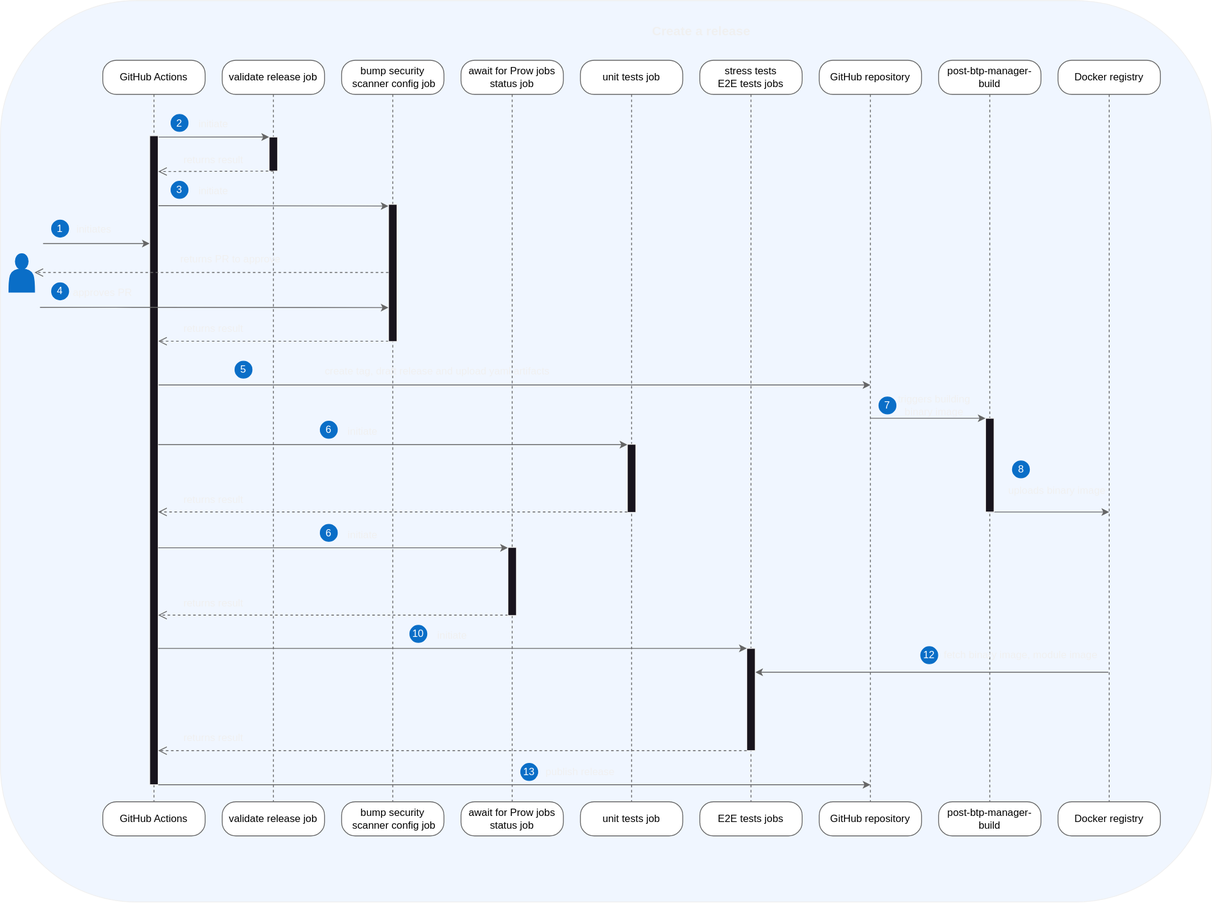
Earlier version of the draw.io export docs/assets/release.svg (kyma-project/btp-manager). Source tidied: cells renumbered, new cells last; positions are measured from the earlier drawing's top-left corner, leaving out a move shared by most shapes.
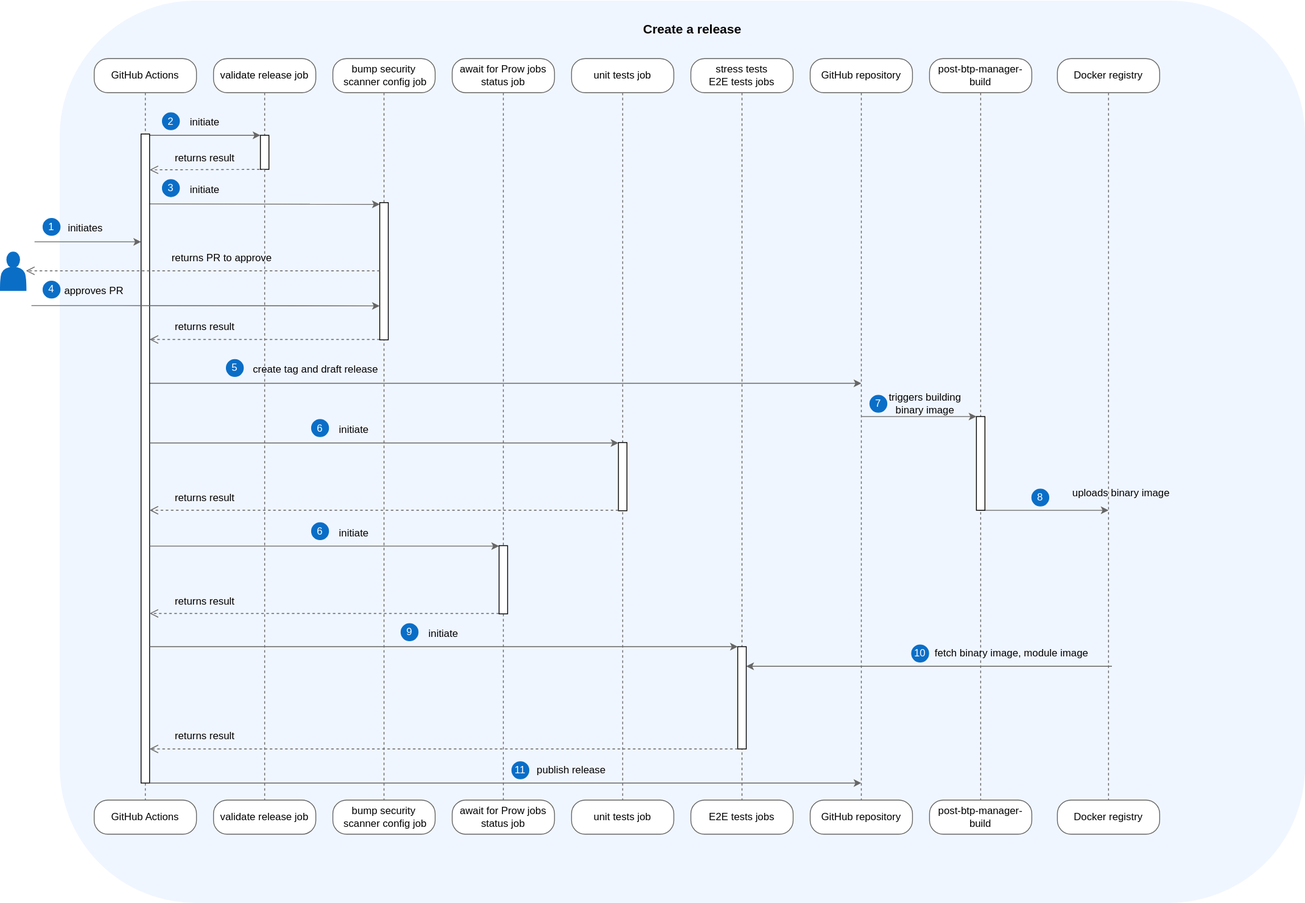
After the commit.

Change to the diagram source:
```diff
@@ -2,8 +2,8 @@
   <root>
     <mxCell id="0" />
     <mxCell id="1" parent="0" />
-    <mxCell id="2" style="rounded=1;whiteSpace=wrap;html=1;verticalAlign=bottom;fillColor=#f0f6ff;" parent="1" vertex="1">
-      <mxGeometry width="1420" height="1057.5" as="geometry" />
+    <mxCell id="2" style="rounded=1;whiteSpace=wrap;html=1;fillColor=#f0f6ff;strokeColor=#f0f6ff;verticalAlign=bottom;" parent="1" vertex="1">
+      <mxGeometry x="80" y="2.5" width="1460" height="1057.5" as="geometry" />
     </mxCell>
     <mxCell id="3" style="edgeStyle=orthogonalEdgeStyle;html=1;verticalAlign=bottom;endArrow=none;endSize=8;strokeColor=#666666;rounded=1;endFill=0;dashed=1;entryX=0.5;entryY=0;entryDx=0;entryDy=0;" parent="1" edge="1" source="7" target="8">
       <mxGeometry relative="1" as="geometry" />
@@ -48,10 +48,10 @@
       <mxGeometry x="1100" y="940" width="120" height="40" as="geometry" />
     </mxCell>
     <mxCell id="17" value="Docker registry" style="rounded=1;whiteSpace=wrap;html=1;arcSize=40;fontColor=#000000;fillColor=#FFFFFF;strokeColor=#666666;" parent="1" vertex="1">
-      <mxGeometry x="1240" y="70" width="120" height="40" as="geometry" />
+      <mxGeometry x="1250" y="70" width="120" height="40" as="geometry" />
     </mxCell>
     <mxCell id="18" value="Docker registry" style="rounded=1;whiteSpace=wrap;html=1;arcSize=40;fontColor=#000000;fillColor=#FFFFFF;strokeColor=#666666;" parent="1" vertex="1">
-      <mxGeometry x="1240" y="940" width="120" height="40" as="geometry" />
+      <mxGeometry x="1250" y="940" width="120" height="40" as="geometry" />
     </mxCell>
     <mxCell id="19" style="edgeStyle=elbowEdgeStyle;rounded=1;jettySize=auto;html=1;elbow=vertical;strokeColor=#666666;" parent="1" edge="1" target="42">
       <mxGeometry relative="1" as="geometry">
@@ -79,7 +79,7 @@
     <mxCell id="23" style="edgeStyle=elbowEdgeStyle;rounded=1;orthogonalLoop=1;jettySize=auto;html=1;elbow=vertical;strokeColor=#666666;" parent="1" edge="1">
       <mxGeometry relative="1" as="geometry">
         <mxPoint x="1157.5" y="600" as="sourcePoint" />
-        <mxPoint x="1300" y="600" as="targetPoint" />
+        <mxPoint x="1310" y="600" as="targetPoint" />
       </mxGeometry>
     </mxCell>
     <mxCell id="24" style="html=1;points=[];perimeter=orthogonalPerimeter;outlineConnect=0;targetShapes=umlLifeline;portConstraint=eastwest;newEdgeStyle={&quot;edgeStyle&quot;:&quot;elbowEdgeStyle&quot;,&quot;elbow&quot;:&quot;vertical&quot;,&quot;curved&quot;:0,&quot;rounded&quot;:0};" parent="1" vertex="1">
@@ -96,7 +96,7 @@
     <mxCell id="26" value="triggers building binary image" style="text;html=1;strokeColor=none;fillColor=none;align=center;verticalAlign=middle;whiteSpace=wrap;rounded=0;" parent="1" vertex="1">
       <mxGeometry x="1040" y="460" width="110" height="30" as="geometry" />
     </mxCell>
-    <mxCell id="27" style="edgeStyle=elbowEdgeStyle;rounded=1;jettySize=auto;html=1;elbow=vertical;strokeColor=#666666;exitX=0.936;exitY=1.167;exitDx=0;exitDy=0;exitPerimeter=0;" parent="1" edge="1" source="31" target="76">
+    <mxCell id="27" style="edgeStyle=elbowEdgeStyle;rounded=1;jettySize=auto;html=1;elbow=vertical;strokeColor=#666666;exitX=1;exitY=1;exitDx=0;exitDy=0;" parent="1" edge="1" source="31" target="76">
       <mxGeometry relative="1" as="geometry" />
     </mxCell>
     <mxCell id="28" style="edgeStyle=elbowEdgeStyle;rounded=1;jettySize=auto;html=1;elbow=vertical;strokeColor=#666666;" parent="1" edge="1" target="50">
@@ -113,20 +113,15 @@
       </mxGeometry>
     </mxCell>
     <mxCell id="30" style="edgeStyle=orthogonalEdgeStyle;html=1;verticalAlign=bottom;endArrow=none;endSize=8;strokeColor=#666666;rounded=1;entryDx=0;entryDy=0;endFill=0;dashed=1;entryX=0.5;entryY=0;exitX=0.5;exitY=1;exitDx=0;exitDy=0;" parent="1" edge="1" source="17" target="18">
-      <mxGeometry relative="1" as="geometry">
-        <Array as="points">
-          <mxPoint x="1300" y="110" />
-          <mxPoint x="1300" y="940" />
-        </Array>
-      </mxGeometry>
+      <mxGeometry relative="1" as="geometry" />
     </mxCell>
     <mxCell id="31" value="fetch binary image, module image" style="text;html=1;strokeColor=none;fillColor=none;align=center;verticalAlign=middle;whiteSpace=wrap;rounded=0;" parent="1" vertex="1">
       <mxGeometry x="1079" y="753" width="235" height="30" as="geometry" />
     </mxCell>
     <mxCell id="32" value="uploads binary image" style="text;html=1;strokeColor=none;fillColor=none;align=center;verticalAlign=middle;whiteSpace=wrap;rounded=0;" parent="1" vertex="1">
-      <mxGeometry x="1164" y="560" width="150" height="30" as="geometry" />
+      <mxGeometry x="1250" y="565" width="150" height="30" as="geometry" />
     </mxCell>
-    <mxCell id="33" value="&lt;font color=&quot;#ffffff&quot;&gt;12&lt;/font&gt;" style="ellipse;whiteSpace=wrap;html=1;fillColor=#0a6ec7;strokeColor=#0a6ec7;" parent="1" vertex="1">
+    <mxCell id="33" value="&lt;font color=&quot;#ffffff&quot;&gt;10&lt;/font&gt;" style="ellipse;whiteSpace=wrap;html=1;fillColor=#0a6ec7;strokeColor=#0a6ec7;" parent="1" vertex="1">
       <mxGeometry x="1079" y="758" width="20" height="20" as="geometry" />
     </mxCell>
     <mxCell id="34" value="initiate" style="text;html=1;strokeColor=none;fillColor=none;align=center;verticalAlign=middle;whiteSpace=wrap;rounded=0;" parent="1" vertex="1">
@@ -139,7 +134,7 @@
       <mxGeometry x="1030" y="465" width="20" height="20" as="geometry" />
     </mxCell>
     <mxCell id="37" value="&lt;font color=&quot;#ffffff&quot;&gt;8&lt;/font&gt;" style="ellipse;whiteSpace=wrap;html=1;fillColor=#0a6ec7;strokeColor=#0a6ec7;" parent="1" vertex="1">
-      <mxGeometry x="1186.5" y="540" width="20" height="20" as="geometry" />
+      <mxGeometry x="1220" y="575" width="20" height="20" as="geometry" />
     </mxCell>
     <mxCell id="38" value="validate release job" style="rounded=1;whiteSpace=wrap;html=1;arcSize=40;fontColor=#000000;fillColor=#FFFFFF;strokeColor=#666666;" parent="1" vertex="1">
       <mxGeometry x="260" y="70" width="120" height="40" as="geometry" />
@@ -220,8 +215,8 @@
     <mxCell id="58" value="returns result" style="text;html=1;strokeColor=none;fillColor=none;align=center;verticalAlign=middle;whiteSpace=wrap;rounded=0;" parent="1" vertex="1">
       <mxGeometry x="210" y="370" width="80" height="30" as="geometry" />
     </mxCell>
-    <mxCell id="59" value="create tag, draft release and upload yaml artifacts" style="text;html=1;strokeColor=none;fillColor=none;align=center;verticalAlign=middle;whiteSpace=wrap;rounded=0;" parent="1" vertex="1">
-      <mxGeometry x="295" y="420" width="435" height="30" as="geometry" />
+    <mxCell id="59" value="create tag and draft release" style="text;html=1;strokeColor=none;fillColor=none;align=center;verticalAlign=middle;whiteSpace=wrap;rounded=0;" parent="1" vertex="1">
+      <mxGeometry x="295" y="420" width="170" height="30" as="geometry" />
     </mxCell>
     <mxCell id="60" value="&lt;font color=&quot;#ffffff&quot;&gt;5&lt;/font&gt;" style="ellipse;whiteSpace=wrap;html=1;fillColor=#0a6ec7;strokeColor=#0a6ec7;" parent="1" vertex="1">
       <mxGeometry x="275" y="423" width="20" height="20" as="geometry" />
@@ -306,7 +301,7 @@
     <mxCell id="78" value="initiate" style="text;html=1;strokeColor=none;fillColor=none;align=center;verticalAlign=middle;whiteSpace=wrap;rounded=0;" parent="1" vertex="1">
       <mxGeometry x="500" y="730" width="60" height="30" as="geometry" />
     </mxCell>
-    <mxCell id="79" value="&lt;font color=&quot;#ffffff&quot;&gt;10&lt;/font&gt;" style="ellipse;whiteSpace=wrap;html=1;fillColor=#0a6ec7;strokeColor=#0a6ec7;" parent="1" vertex="1">
+    <mxCell id="79" value="&lt;font color=&quot;#ffffff&quot;&gt;9&lt;/font&gt;" style="ellipse;whiteSpace=wrap;html=1;fillColor=#0a6ec7;strokeColor=#0a6ec7;" parent="1" vertex="1">
       <mxGeometry x="480" y="733" width="20" height="20" as="geometry" />
     </mxCell>
     <mxCell id="80" style="html=1;verticalAlign=bottom;endArrow=open;endSize=8;edgeStyle=elbowEdgeStyle;elbow=vertical;rounded=1;dashed=1;strokeColor=#666666;" parent="1" edge="1" source="76" target="44">
@@ -331,7 +326,7 @@
     <mxCell id="83" value="publish release" style="text;html=1;strokeColor=none;fillColor=none;align=center;verticalAlign=middle;whiteSpace=wrap;rounded=0;" parent="1" vertex="1">
       <mxGeometry x="625" y="890" width="110" height="30" as="geometry" />
     </mxCell>
-    <mxCell id="84" value="&lt;font color=&quot;#ffffff&quot;&gt;13&lt;/font&gt;" style="ellipse;whiteSpace=wrap;html=1;fillColor=#0a6ec7;strokeColor=#0a6ec7;" parent="1" vertex="1">
+    <mxCell id="84" value="&lt;font color=&quot;#ffffff&quot;&gt;11&lt;/font&gt;" style="ellipse;whiteSpace=wrap;html=1;fillColor=#0a6ec7;strokeColor=#0a6ec7;" parent="1" vertex="1">
       <mxGeometry x="610" y="895" width="20" height="20" as="geometry" />
     </mxCell>
     <mxCell id="85" value="await for Prow jobs status job" style="rounded=1;whiteSpace=wrap;html=1;arcSize=40;fontColor=#000000;fillColor=#FFFFFF;strokeColor=#666666;" parent="1" vertex="1">
```
